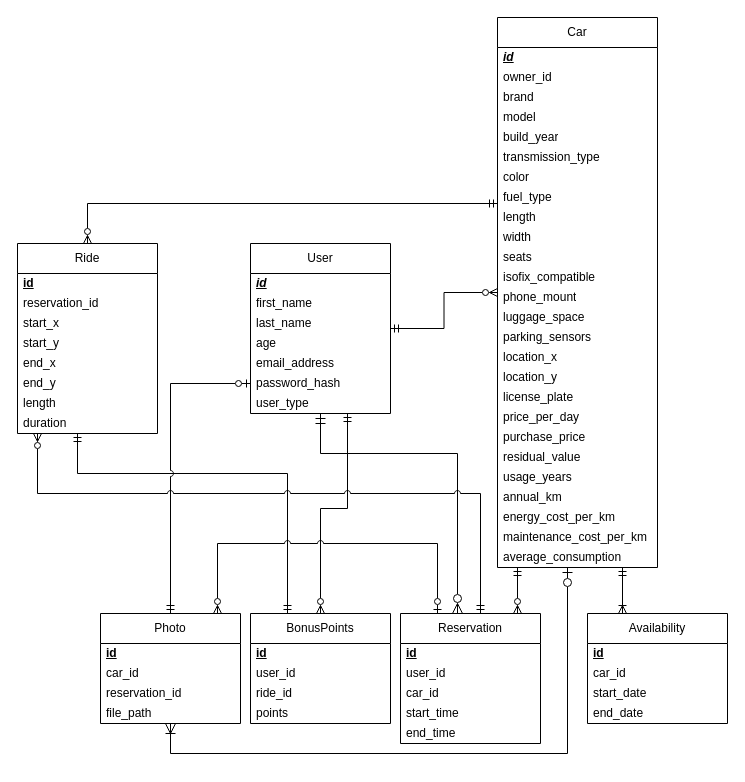
Before: documents/ERD/LEAFCAR-ERD.drawio in RubenLeenknegt/JoyRide-API, a draw.io diagram. Source tidied: cells renumbered, new cells numbered last; positions are measured from the earlier drawing's top-left corner, leaving out a move shared by most shapes. Both pictures are drawn from the tidied source at 100%, with x=0, y=0 at pixel (17, 17).
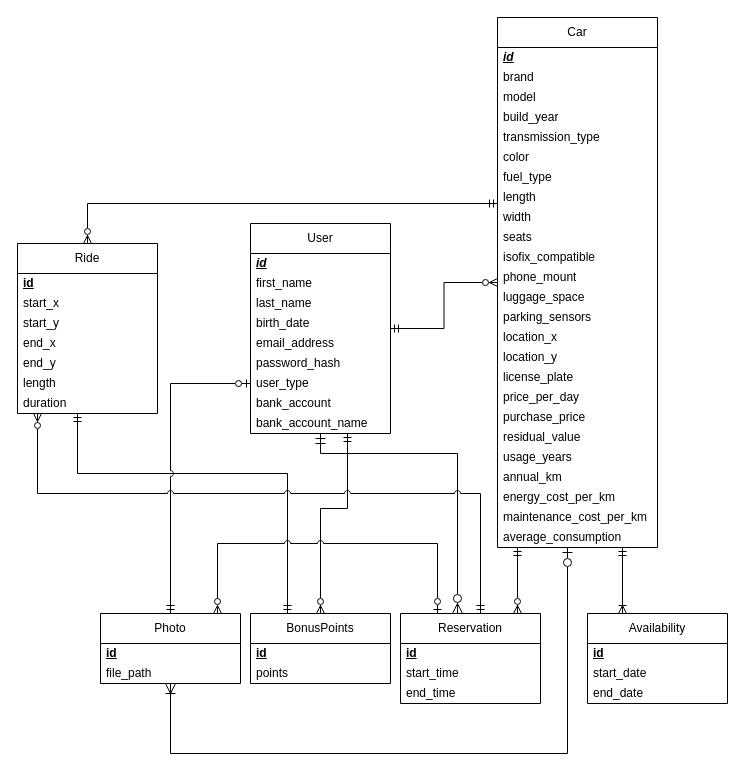
After the change.

Commit message:
LEAF-118 updated ERD. Removed all foreighn keys from it and updated naming schemas, added items that were missing

Change to the diagram source:
```diff
@@
     <mxCell id="3" value="Ride" style="swimlane;fontStyle=0;horizontal=1;startSize=30;whiteSpace=wrap;html=1;" parent="1" vertex="1">
-      <mxGeometry y="226" width="140" height="190" as="geometry" />
+      <mxGeometry y="226" width="140" height="170" as="geometry" />
     </mxCell>
@@
-    <mxCell id="5" value="reservation_id" style="text;strokeColor=none;fillColor=none;align=left;verticalAlign=middle;spacingLeft=4;spacingRight=4;overflow=hidden;whiteSpace=wrap;html=1;" parent="3" vertex="1">
-      <mxGeometry y="50" width="140" height="20" as="geometry" />
-    </mxCell>
     <mxCell id="6" value="start_x" style="text;strokeColor=none;fillColor=none;align=left;verticalAlign=middle;spacingLeft=4;spacingRight=4;overflow=hidden;whiteSpace=wrap;html=1;" parent="3" vertex="1">
-      <mxGeometry y="70" width="140" height="20" as="geometry" />
+      <mxGeometry y="50" width="140" height="20" as="geometry" />
     </mxCell>
     <mxCell id="7" value="start_y" style="text;strokeColor=none;fillColor=none;align=left;verticalAlign=middle;spacingLeft=4;spacingRight=4;overflow=hidden;whiteSpace=wrap;html=1;" parent="3" vertex="1">
-      <mxGeometry y="90" width="140" height="20" as="geometry" />
+      <mxGeometry y="70" width="140" height="20" as="geometry" />
     </mxCell>
     <mxCell id="8" value="end_x" style="text;strokeColor=none;fillColor=none;align=left;verticalAlign=middle;spacingLeft=4;spacingRight=4;overflow=hidden;whiteSpace=wrap;html=1;" parent="3" vertex="1">
-      <mxGeometry y="110" width="140" height="20" as="geometry" />
+      <mxGeometry y="90" width="140" height="20" as="geometry" />
     </mxCell>
     <mxCell id="9" value="end_y" style="text;strokeColor=none;fillColor=none;align=left;verticalAlign=middle;spacingLeft=4;spacingRight=4;overflow=hidden;whiteSpace=wrap;html=1;" parent="3" vertex="1">
-      <mxGeometry y="130" width="140" height="20" as="geometry" />
+      <mxGeometry y="110" width="140" height="20" as="geometry" />
     </mxCell>
     <mxCell id="10" value="length" style="text;strokeColor=none;fillColor=none;align=left;verticalAlign=middle;spacingLeft=4;spacingRight=4;overflow=hidden;whiteSpace=wrap;html=1;" parent="3" vertex="1">
-      <mxGeometry y="150" width="140" height="20" as="geometry" />
+      <mxGeometry y="130" width="140" height="20" as="geometry" />
     </mxCell>
     <mxCell id="11" value="duration" style="text;strokeColor=none;fillColor=none;align=left;verticalAlign=middle;spacingLeft=4;spacingRight=4;overflow=hidden;whiteSpace=wrap;html=1;" parent="3" vertex="1">
-      <mxGeometry y="170" width="140" height="20" as="geometry" />
+      <mxGeometry y="150" width="140" height="20" as="geometry" />
     </mxCell>
@@
     <mxCell id="16" value="User" style="swimlane;fontStyle=0;horizontal=1;startSize=30;whiteSpace=wrap;html=1;" parent="1" vertex="1">
-      <mxGeometry x="233" y="226" width="140" height="170" as="geometry" />
+      <mxGeometry x="233" y="206" width="140" height="210" as="geometry" />
     </mxCell>
@@
-    <mxCell id="20" value="age" style="text;strokeColor=none;fillColor=none;align=left;verticalAlign=middle;spacingLeft=4;spacingRight=4;overflow=hidden;whiteSpace=wrap;html=1;" parent="16" vertex="1">
+    <mxCell id="20" value="birth_date" style="text;strokeColor=none;fillColor=none;align=left;verticalAlign=middle;spacingLeft=4;spacingRight=4;overflow=hidden;whiteSpace=wrap;html=1;" parent="16" vertex="1">
       <mxGeometry y="90" width="140" height="20" as="geometry" />
     </mxCell>
@@
+    <mxCell id="78" value="bank_account" style="text;strokeColor=none;fillColor=none;align=left;verticalAlign=middle;spacingLeft=4;spacingRight=4;overflow=hidden;whiteSpace=wrap;html=1;" parent="16" vertex="1">
+      <mxGeometry y="170" width="140" height="20" as="geometry" />
+    </mxCell>
+    <mxCell id="79" value="bank_account_name" style="text;strokeColor=none;fillColor=none;align=left;verticalAlign=middle;spacingLeft=4;spacingRight=4;overflow=hidden;whiteSpace=wrap;html=1;" parent="16" vertex="1">
+      <mxGeometry y="190" width="140" height="20" as="geometry" />
+    </mxCell>
@@
     <mxCell id="25" value="Photo" style="swimlane;fontStyle=0;horizontal=1;startSize=30;whiteSpace=wrap;html=1;" parent="1" vertex="1">
-      <mxGeometry x="83" y="596" width="140" height="110" as="geometry" />
+      <mxGeometry x="83" y="596" width="140" height="70" as="geometry" />
     </mxCell>
@@
-    <mxCell id="27" value="car_id" style="text;strokeColor=none;fillColor=none;align=left;verticalAlign=middle;spacingLeft=4;spacingRight=4;overflow=hidden;whiteSpace=wrap;html=1;" parent="25" vertex="1">
-      <mxGeometry y="50" width="140" height="20" as="geometry" />
-    </mxCell>
-    <mxCell id="28" value="reservation_id" style="text;strokeColor=none;fillColor=none;align=left;verticalAlign=middle;spacingLeft=4;spacingRight=4;overflow=hidden;whiteSpace=wrap;html=1;" parent="25" vertex="1">
-      <mxGeometry y="70" width="140" height="20" as="geometry" />
-    </mxCell>
     <mxCell id="29" value="file_path" style="text;strokeColor=none;fillColor=none;align=left;verticalAlign=middle;spacingLeft=4;spacingRight=4;overflow=hidden;whiteSpace=wrap;html=1;" parent="25" vertex="1">
-      <mxGeometry y="90" width="140" height="20" as="geometry" />
+      <mxGeometry y="50" width="140" height="20" as="geometry" />
     </mxCell>
     <mxCell id="30" value="BonusPoints" style="swimlane;fontStyle=0;horizontal=1;startSize=30;whiteSpace=wrap;html=1;" parent="1" vertex="1">
-      <mxGeometry x="233" y="596" width="140" height="110" as="geometry" />
+      <mxGeometry x="233" y="596" width="140" height="70" as="geometry" />
     </mxCell>
@@
-    <mxCell id="32" value="user_id" style="text;strokeColor=none;fillColor=none;align=left;verticalAlign=middle;spacingLeft=4;spacingRight=4;overflow=hidden;whiteSpace=wrap;html=1;" parent="30" vertex="1">
-      <mxGeometry y="50" width="140" height="20" as="geometry" />
-    </mxCell>
-    <mxCell id="33" value="ride_id" style="text;strokeColor=none;fillColor=none;align=left;verticalAlign=middle;spacingLeft=4;spacingRight=4;overflow=hidden;whiteSpace=wrap;html=1;" parent="30" vertex="1">
-      <mxGeometry y="70" width="140" height="20" as="geometry" />
-    </mxCell>
     <mxCell id="34" value="points" style="text;strokeColor=none;fillColor=none;align=left;verticalAlign=middle;spacingLeft=4;spacingRight=4;overflow=hidden;whiteSpace=wrap;html=1;" parent="30" vertex="1">
-      <mxGeometry y="90" width="140" height="20" as="geometry" />
+      <mxGeometry y="50" width="140" height="20" as="geometry" />
     </mxCell>
@@
     <mxCell id="38" value="Car" style="swimlane;fontStyle=0;horizontal=1;startSize=30;whiteSpace=wrap;html=1;" parent="1" vertex="1">
-      <mxGeometry x="480" width="160" height="550" as="geometry" />
+      <mxGeometry x="480" width="160" height="530" as="geometry" />
     </mxCell>
@@
-    <mxCell id="40" value="owner_id" style="text;strokeColor=none;fillColor=none;align=left;verticalAlign=middle;spacingLeft=4;spacingRight=4;overflow=hidden;whiteSpace=wrap;html=1;" parent="38" vertex="1">
-      <mxGeometry y="50" width="160" height="20" as="geometry" />
-    </mxCell>
     <mxCell id="41" value="brand" style="text;strokeColor=none;fillColor=none;align=left;verticalAlign=middle;spacingLeft=4;spacingRight=4;overflow=hidden;whiteSpace=wrap;html=1;" parent="38" vertex="1">
-      <mxGeometry y="70" width="160" height="20" as="geometry" />
+      <mxGeometry y="50" width="160" height="20" as="geometry" />
     </mxCell>
     <mxCell id="42" value="model" style="text;strokeColor=none;fillColor=none;align=left;verticalAlign=middle;spacingLeft=4;spacingRight=4;overflow=hidden;whiteSpace=wrap;html=1;" parent="38" vertex="1">
-      <mxGeometry y="90" width="160" height="20" as="geometry" />
+      <mxGeometry y="70" width="160" height="20" as="geometry" />
     </mxCell>
     <mxCell id="43" value="build_year" style="text;strokeColor=none;fillColor=none;align=left;verticalAlign=middle;spacingLeft=4;spacingRight=4;overflow=hidden;whiteSpace=wrap;html=1;" parent="38" vertex="1">
-      <mxGeometry y="110" width="160" height="20" as="geometry" />
+      <mxGeometry y="90" width="160" height="20" as="geometry" />
     </mxCell>
     <mxCell id="44" value="transmission_type" style="text;strokeColor=none;fillColor=none;align=left;verticalAlign=middle;spacingLeft=4;spacingRight=4;overflow=hidden;whiteSpace=wrap;html=1;" parent="38" vertex="1">
-      <mxGeometry y="130" width="160" height="20" as="geometry" />
+      <mxGeometry y="110" width="160" height="20" as="geometry" />
     </mxCell>
     <mxCell id="45" value="color" style="text;strokeColor=none;fillColor=none;align=left;verticalAlign=middle;spacingLeft=4;spacingRight=4;overflow=hidden;whiteSpace=wrap;html=1;" parent="38" vertex="1">
-      <mxGeometry y="150" width="160" height="20" as="geometry" />
+      <mxGeometry y="130" width="160" height="20" as="geometry" />
     </mxCell>
     <mxCell id="46" value="fuel_type" style="text;strokeColor=none;fillColor=none;align=left;verticalAlign=middle;spacingLeft=4;spacingRight=4;overflow=hidden;whiteSpace=wrap;html=1;" parent="38" vertex="1">
-      <mxGeometry y="170" width="160" height="20" as="geometry" />
+      <mxGeometry y="150" width="160" height="20" as="geometry" />
     </mxCell>
     <mxCell id="47" value="length" style="text;strokeColor=none;fillColor=none;align=left;verticalAlign=middle;spacingLeft=4;spacingRight=4;overflow=hidden;whiteSpace=wrap;html=1;" parent="38" vertex="1">
-      <mxGeometry y="190" width="160" height="20" as="geometry" />
+      <mxGeometry y="170" width="160" height="20" as="geometry" />
     </mxCell>
     <mxCell id="48" value="width" style="text;strokeColor=none;fillColor=none;align=left;verticalAlign=middle;spacingLeft=4;spacingRight=4;overflow=hidden;whiteSpace=wrap;html=1;" parent="38" vertex="1">
-      <mxGeometry y="210" width="160" height="20" as="geometry" />
+      <mxGeometry y="190" width="160" height="20" as="geometry" />
     </mxCell>
     <mxCell id="49" value="seats" style="text;strokeColor=none;fillColor=none;align=left;verticalAlign=middle;spacingLeft=4;spacingRight=4;overflow=hidden;whiteSpace=wrap;html=1;" parent="38" vertex="1">
-      <mxGeometry y="230" width="160" height="20" as="geometry" />
+      <mxGeometry y="210" width="160" height="20" as="geometry" />
     </mxCell>
     <mxCell id="50" value="isofix_compatible" style="text;strokeColor=none;fillColor=none;align=left;verticalAlign=middle;spacingLeft=4;spacingRight=4;overflow=hidden;whiteSpace=wrap;html=1;" parent="38" vertex="1">
-      <mxGeometry y="250" width="160" height="20" as="geometry" />
+      <mxGeometry y="230" width="160" height="20" as="geometry" />
     </mxCell>
     <mxCell id="51" value="phone_mount" style="text;strokeColor=none;fillColor=none;align=left;verticalAlign=middle;spacingLeft=4;spacingRight=4;overflow=hidden;whiteSpace=wrap;html=1;" parent="38" vertex="1">
-      <mxGeometry y="270" width="160" height="20" as="geometry" />
+      <mxGeometry y="250" width="160" height="20" as="geometry" />
     </mxCell>
     <mxCell id="52" value="luggage_space" style="text;strokeColor=none;fillColor=none;align=left;verticalAlign=middle;spacingLeft=4;spacingRight=4;overflow=hidden;whiteSpace=wrap;html=1;" parent="38" vertex="1">
-      <mxGeometry y="290" width="160" height="20" as="geometry" />
+      <mxGeometry y="270" width="160" height="20" as="geometry" />
     </mxCell>
     <mxCell id="53" value="parking_sensors" style="text;strokeColor=none;fillColor=none;align=left;verticalAlign=middle;spacingLeft=4;spacingRight=4;overflow=hidden;whiteSpace=wrap;html=1;" parent="38" vertex="1">
-      <mxGeometry y="310" width="160" height="20" as="geometry" />
+      <mxGeometry y="290" width="160" height="20" as="geometry" />
     </mxCell>
     <mxCell id="54" value="location_x" style="text;strokeColor=none;fillColor=none;align=left;verticalAlign=middle;spacingLeft=4;spacingRight=4;overflow=hidden;whiteSpace=wrap;html=1;" parent="38" vertex="1">
-      <mxGeometry y="330" width="160" height="20" as="geometry" />
+      <mxGeometry y="310" width="160" height="20" as="geometry" />
     </mxCell>
     <mxCell id="55" value="location_y" style="text;strokeColor=none;fillColor=none;align=left;verticalAlign=middle;spacingLeft=4;spacingRight=4;overflow=hidden;whiteSpace=wrap;html=1;" parent="38" vertex="1">
-      <mxGeometry y="350" width="160" height="20" as="geometry" />
+      <mxGeometry y="330" width="160" height="20" as="geometry" />
     </mxCell>
     <mxCell id="56" value="license_plate" style="text;strokeColor=none;fillColor=none;align=left;verticalAlign=middle;spacingLeft=4;spacingRight=4;overflow=hidden;whiteSpace=wrap;html=1;" parent="38" vertex="1">
-      <mxGeometry y="370" width="160" height="20" as="geometry" />
+      <mxGeometry y="350" width="160" height="20" as="geometry" />
     </mxCell>
     <mxCell id="57" value="price_per_day" style="text;strokeColor=none;fillColor=none;align=left;verticalAlign=middle;spacingLeft=4;spacingRight=4;overflow=hidden;whiteSpace=wrap;html=1;" parent="38" vertex="1">
-      <mxGeometry y="390" width="160" height="20" as="geometry" />
+      <mxGeometry y="370" width="160" height="20" as="geometry" />
     </mxCell>
     <mxCell id="58" value="purchase_price" style="text;strokeColor=none;fillColor=none;align=left;verticalAlign=middle;spacingLeft=4;spacingRight=4;overflow=hidden;whiteSpace=wrap;html=1;" parent="38" vertex="1">
-      <mxGeometry y="410" width="160" height="20" as="geometry" />
+      <mxGeometry y="390" width="160" height="20" as="geometry" />
     </mxCell>
     <mxCell id="59" value="residual_value" style="text;strokeColor=none;fillColor=none;align=left;verticalAlign=middle;spacingLeft=4;spacingRight=4;overflow=hidden;whiteSpace=wrap;html=1;" parent="38" vertex="1">
-      <mxGeometry y="430" width="160" height="20" as="geometry" />
+      <mxGeometry y="410" width="160" height="20" as="geometry" />
     </mxCell>
     <mxCell id="60" value="usage_years" style="text;strokeColor=none;fillColor=none;align=left;verticalAlign=middle;spacingLeft=4;spacingRight=4;overflow=hidden;whiteSpace=wrap;html=1;" parent="38" vertex="1">
-      <mxGeometry y="450" width="160" height="20" as="geometry" />
+      <mxGeometry y="430" width="160" height="20" as="geometry" />
     </mxCell>
     <mxCell id="61" value="annual_km" style="text;strokeColor=none;fillColor=none;align=left;verticalAlign=middle;spacingLeft=4;spacingRight=4;overflow=hidden;whiteSpace=wrap;html=1;" parent="38" vertex="1">
-      <mxGeometry y="470" width="160" height="20" as="geometry" />
+      <mxGeometry y="450" width="160" height="20" as="geometry" />
     </mxCell>
     <mxCell id="62" value="energy_cost_per_km" style="text;strokeColor=none;fillColor=none;align=left;verticalAlign=middle;spacingLeft=4;spacingRight=4;overflow=hidden;whiteSpace=wrap;html=1;" parent="38" vertex="1">
-      <mxGeometry y="490" width="160" height="20" as="geometry" />
+      <mxGeometry y="470" width="160" height="20" as="geometry" />
     </mxCell>
     <mxCell id="63" value="maintenance_cost_per_km" style="text;strokeColor=none;fillColor=none;align=left;verticalAlign=middle;spacingLeft=4;spacingRight=4;overflow=hidden;whiteSpace=wrap;html=1;" parent="38" vertex="1">
-      <mxGeometry y="510" width="160" height="20" as="geometry" />
+      <mxGeometry y="490" width="160" height="20" as="geometry" />
     </mxCell>
     <mxCell id="64" value="average_consumption" style="text;strokeColor=none;fillColor=none;align=left;verticalAlign=middle;spacingLeft=4;spacingRight=4;overflow=hidden;whiteSpace=wrap;html=1;" parent="38" vertex="1">
-      <mxGeometry y="530" width="160" height="20" as="geometry" />
+      <mxGeometry y="510" width="160" height="20" as="geometry" />
     </mxCell>
@@
     <mxCell id="66" value="Reservation" style="swimlane;fontStyle=0;horizontal=1;startSize=30;whiteSpace=wrap;html=1;" parent="1" vertex="1">
-      <mxGeometry x="383" y="596" width="140" height="130" as="geometry" />
+      <mxGeometry x="383" y="596" width="140" height="90" as="geometry" />
     </mxCell>
@@
-    <mxCell id="68" value="user_id" style="text;strokeColor=none;fillColor=none;align=left;verticalAlign=middle;spacingLeft=4;spacingRight=4;overflow=hidden;whiteSpace=wrap;html=1;" parent="66" vertex="1">
-      <mxGeometry y="50" width="140" height="20" as="geometry" />
-    </mxCell>
-    <mxCell id="69" value="car_id" style="text;strokeColor=none;fillColor=none;align=left;verticalAlign=middle;spacingLeft=4;spacingRight=4;overflow=hidden;whiteSpace=wrap;html=1;" parent="66" vertex="1">
-      <mxGeometry y="70" width="140" height="20" as="geometry" />
-    </mxCell>
     <mxCell id="70" value="start_time" style="text;strokeColor=none;fillColor=none;align=left;verticalAlign=middle;spacingLeft=4;spacingRight=4;overflow=hidden;whiteSpace=wrap;html=1;" parent="66" vertex="1">
-      <mxGeometry y="90" width="140" height="20" as="geometry" />
+      <mxGeometry y="50" width="140" height="20" as="geometry" />
     </mxCell>
     <mxCell id="71" value="end_time" style="text;strokeColor=none;fillColor=none;align=left;verticalAlign=middle;spacingLeft=4;spacingRight=4;overflow=hidden;whiteSpace=wrap;html=1;" parent="66" vertex="1">
-      <mxGeometry y="110" width="140" height="20" as="geometry" />
+      <mxGeometry y="70" width="140" height="20" as="geometry" />
     </mxCell>
@@
     <mxCell id="73" value="Availability" style="swimlane;fontStyle=0;horizontal=1;startSize=30;whiteSpace=wrap;html=1;" parent="1" vertex="1">
-      <mxGeometry x="570" y="596" width="140" height="110" as="geometry" />
+      <mxGeometry x="570" y="596" width="140" height="90" as="geometry" />
     </mxCell>
@@
-    <mxCell id="75" value="car_id" style="text;strokeColor=none;fillColor=none;align=left;verticalAlign=middle;spacingLeft=4;spacingRight=4;overflow=hidden;whiteSpace=wrap;html=1;" parent="73" vertex="1">
-      <mxGeometry y="50" width="140" height="20" as="geometry" />
-    </mxCell>
     <mxCell id="76" value="start_date" style="text;strokeColor=none;fillColor=none;align=left;verticalAlign=middle;spacingLeft=4;spacingRight=4;overflow=hidden;whiteSpace=wrap;html=1;" parent="73" vertex="1">
-      <mxGeometry y="70" width="140" height="20" as="geometry" />
+      <mxGeometry y="50" width="140" height="20" as="geometry" />
     </mxCell>
     <mxCell id="77" value="end_date" style="text;strokeColor=none;fillColor=none;align=left;verticalAlign=middle;spacingLeft=4;spacingRight=4;overflow=hidden;whiteSpace=wrap;html=1;" parent="73" vertex="1">
-      <mxGeometry y="90" width="140" height="20" as="geometry" />
+      <mxGeometry y="70" width="140" height="20" as="geometry" />
     </mxCell>
```
